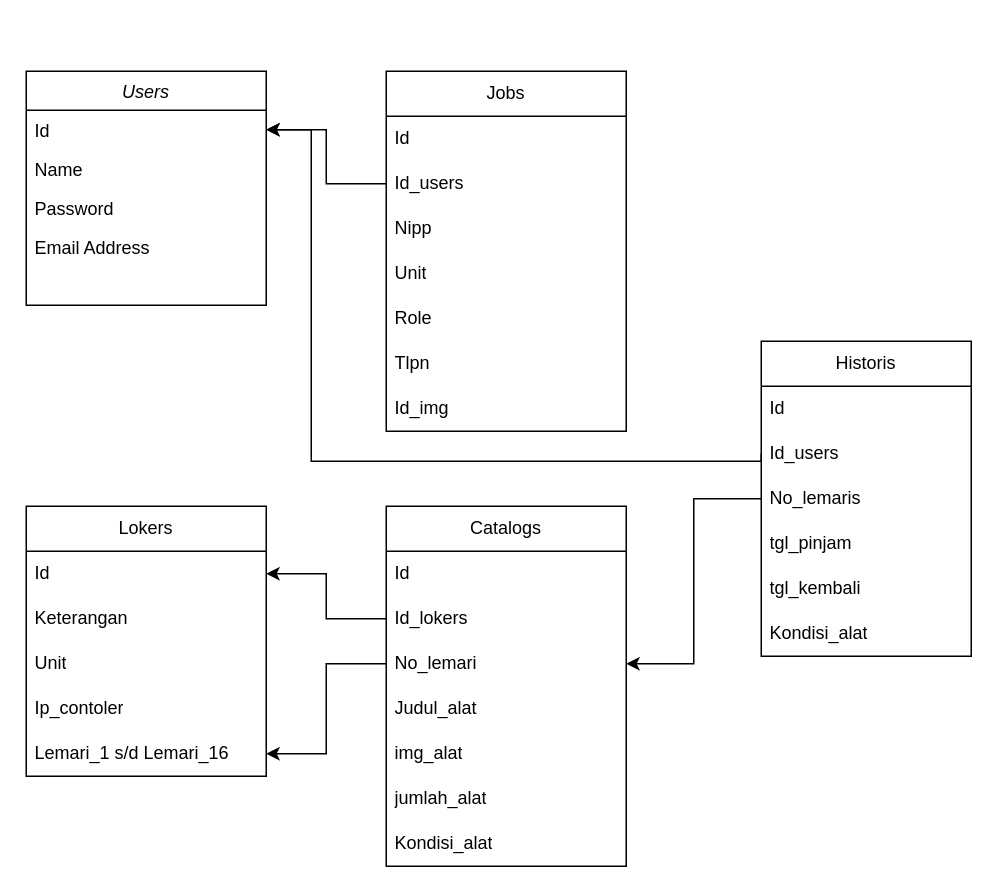
Earlier version of the draw.io diagram Diagram Tanpa Judul.drawio (ABanira/Lemari). Source tidied: cells renumbered, new cells numbered last; positions are measured from the earlier drawing's top-left corner, leaving out a move shared by most shapes. Both pictures are drawn from the tidied source at 150%, with x=0, y=0 at pixel (26, 70).
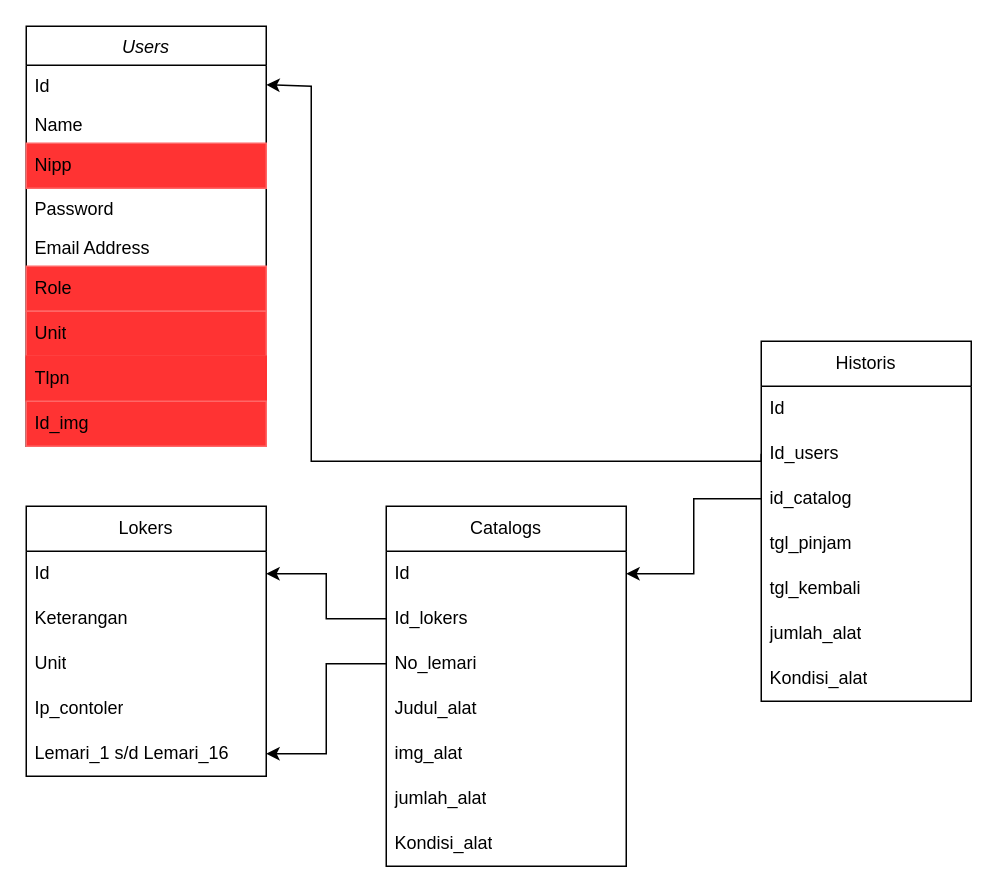
After the change.

The change refers to these unchanged cells:
```xml
<mxCell id="3" value="Id" style="text;align=left;verticalAlign=top;spacingLeft=4;spacingRight=4;overflow=hidden;points=[[0,0.5],[1,0.5]];portConstraint=eastwest;" parent="2" vertex="1">
  <mxGeometry y="26" width="160" height="26" as="geometry" />
</mxCell>
<mxCell id="23" value="Id" style="text;strokeColor=none;fillColor=none;align=left;verticalAlign=middle;spacingLeft=4;spacingRight=4;overflow=hidden;points=[[0,0.5],[1,0.5]];portConstraint=eastwest;whiteSpace=wrap;html=1;" parent="22" vertex="1">
  <mxGeometry y="30" width="160" height="30" as="geometry" />
</mxCell>
<mxCell id="25" value="No_lemari" style="text;strokeColor=none;fillColor=none;align=left;verticalAlign=middle;spacingLeft=4;spacingRight=4;overflow=hidden;points=[[0,0.5],[1,0.5]];portConstraint=eastwest;whiteSpace=wrap;html=1;" parent="22" vertex="1">
  <mxGeometry y="90" width="160" height="30" as="geometry" />
</mxCell>
<mxCell id="34" value="Id_users" style="text;strokeColor=none;fillColor=none;align=left;verticalAlign=middle;spacingLeft=4;spacingRight=4;overflow=hidden;points=[[0,0.5],[1,0.5]];portConstraint=eastwest;whiteSpace=wrap;html=1;" parent="32" vertex="1">
  <mxGeometry y="60" width="140" height="30" as="geometry" />
</mxCell>
```

Diff of the diagram source:
```diff
@@
     <mxCell id="2" value="Users" style="swimlane;fontStyle=2;align=center;verticalAlign=top;horizontal=1;startSize=26;rounded=0;shadow=0;strokeWidth=1;" parent="1" vertex="1">
-      <mxGeometry width="160" height="156" as="geometry" />
+      <mxGeometry y="-30" width="160" height="280" as="geometry" />
     </mxCell>
@@
+    <mxCell id="10" value="Nipp" style="text;strokeColor=#FF6666;fillColor=#FF3333;align=left;verticalAlign=middle;spacingLeft=4;spacingRight=4;overflow=hidden;whiteSpace=wrap;html=1;" parent="2" vertex="1">
+      <mxGeometry y="78" width="160" height="30" as="geometry" />
+    </mxCell>
     <mxCell id="5" value="Password" style="text;align=left;verticalAlign=top;spacingLeft=4;spacingRight=4;overflow=hidden;" parent="2" vertex="1">
-      <mxGeometry y="78" width="160" height="26" as="geometry" />
+      <mxGeometry y="108" width="160" height="26" as="geometry" />
     </mxCell>
     <mxCell id="6" value="Email Address" style="text;align=left;verticalAlign=top;spacingLeft=4;spacingRight=4;overflow=hidden;rounded=0;shadow=0;html=0;" parent="2" vertex="1">
-      <mxGeometry y="104" width="160" height="26" as="geometry" />
+      <mxGeometry y="134" width="160" height="26" as="geometry" />
     </mxCell>
-    <mxCell id="7" value="Jobs" style="swimlane;fontStyle=0;horizontal=1;startSize=30;whiteSpace=wrap;html=1;" parent="1" vertex="1">
-      <mxGeometry x="240" width="160" height="240" as="geometry" />
-    </mxCell>
-    <mxCell id="8" value="Id" style="text;strokeColor=none;fillColor=none;align=left;verticalAlign=middle;spacingLeft=4;spacingRight=4;overflow=hidden;whiteSpace=wrap;html=1;" parent="7" vertex="1">
-      <mxGeometry y="30" width="160" height="30" as="geometry" />
-    </mxCell>
-    <mxCell id="9" value="Id_users" style="text;strokeColor=none;fillColor=none;align=left;verticalAlign=middle;spacingLeft=4;spacingRight=4;overflow=hidden;points=[[0,0.5],[1,0.5]];portConstraint=eastwest;whiteSpace=wrap;html=1;" parent="7" vertex="1">
-      <mxGeometry y="60" width="160" height="30" as="geometry" />
-    </mxCell>
-    <mxCell id="10" value="Nipp" style="text;strokeColor=none;fillColor=none;align=left;verticalAlign=middle;spacingLeft=4;spacingRight=4;overflow=hidden;whiteSpace=wrap;html=1;" parent="7" vertex="1">
-      <mxGeometry y="90" width="160" height="30" as="geometry" />
-    </mxCell>
+    <mxCell id="12" value="Role" style="text;strokeColor=#FF6666;fillColor=#FF3333;align=left;verticalAlign=middle;spacingLeft=4;spacingRight=4;overflow=hidden;whiteSpace=wrap;html=1;" parent="2" vertex="1">
+      <mxGeometry y="160" width="160" height="30" as="geometry" />
+    </mxCell>
-    <mxCell id="11" value="Unit" style="text;strokeColor=none;fillColor=none;align=left;verticalAlign=middle;spacingLeft=4;spacingRight=4;overflow=hidden;whiteSpace=wrap;html=1;" parent="7" vertex="1">
-      <mxGeometry y="120" width="160" height="30" as="geometry" />
+    <mxCell id="11" value="Unit" style="text;strokeColor=#FF6666;fillColor=#FF3333;align=left;verticalAlign=middle;spacingLeft=4;spacingRight=4;overflow=hidden;whiteSpace=wrap;html=1;" parent="2" vertex="1">
+      <mxGeometry y="190" width="160" height="30" as="geometry" />
     </mxCell>
-    <mxCell id="12" value="Role" style="text;strokeColor=none;fillColor=none;align=left;verticalAlign=middle;spacingLeft=4;spacingRight=4;overflow=hidden;whiteSpace=wrap;html=1;" parent="7" vertex="1">
-      <mxGeometry y="150" width="160" height="30" as="geometry" />
-    </mxCell>
-    <mxCell id="13" value="Tlpn" style="text;strokeColor=none;fillColor=none;align=left;verticalAlign=middle;spacingLeft=4;spacingRight=4;overflow=hidden;whiteSpace=wrap;html=1;" parent="7" vertex="1">
-      <mxGeometry y="180" width="160" height="30" as="geometry" />
+    <mxCell id="13" value="Tlpn" style="text;strokeColor=#FF3333;fillColor=#FF3333;align=left;verticalAlign=middle;spacingLeft=4;spacingRight=4;overflow=hidden;whiteSpace=wrap;html=1;" parent="2" vertex="1">
+      <mxGeometry y="220" width="160" height="30" as="geometry" />
     </mxCell>
-    <mxCell id="14" value="Id_img" style="text;strokeColor=none;fillColor=none;align=left;verticalAlign=middle;spacingLeft=4;spacingRight=4;overflow=hidden;whiteSpace=wrap;html=1;" parent="7" vertex="1">
-      <mxGeometry y="210" width="160" height="30" as="geometry" />
+    <mxCell id="14" value="Id_img" style="text;strokeColor=#FF6666;fillColor=#FF3333;align=left;verticalAlign=middle;spacingLeft=4;spacingRight=4;overflow=hidden;whiteSpace=wrap;html=1;" parent="2" vertex="1">
+      <mxGeometry y="250" width="160" height="30" as="geometry" />
     </mxCell>
-    <mxCell id="15" style="edgeStyle=orthogonalEdgeStyle;rounded=0;jettySize=auto;html=1;exitX=0;exitY=0.5;exitDx=0;exitDy=0;" parent="1" edge="1" source="9" target="3">
-      <mxGeometry relative="1" as="geometry" />
-    </mxCell>
@@
     <mxCell id="32" value="Historis" style="swimlane;fontStyle=0;horizontal=1;startSize=30;whiteSpace=wrap;html=1;" parent="1" vertex="1">
-      <mxGeometry x="490" y="180" width="140" height="210" as="geometry" />
+      <mxGeometry x="490" y="180" width="140" height="240" as="geometry" />
     </mxCell>
@@
-    <mxCell id="35" value="No_lemaris" style="text;strokeColor=none;fillColor=none;align=left;verticalAlign=middle;spacingLeft=4;spacingRight=4;overflow=hidden;points=[[0,0.5],[1,0.5]];portConstraint=eastwest;whiteSpace=wrap;html=1;" parent="32" vertex="1">
+    <mxCell id="35" value="id_catalog" style="text;strokeColor=none;fillColor=none;align=left;verticalAlign=middle;spacingLeft=4;spacingRight=4;overflow=hidden;points=[[0,0.5],[1,0.5]];portConstraint=eastwest;whiteSpace=wrap;html=1;" parent="32" vertex="1">
       <mxGeometry y="90" width="140" height="30" as="geometry" />
     </mxCell>
@@
+    <mxCell id="41" value="jumlah_alat" style="text;strokeColor=none;fillColor=none;align=left;verticalAlign=middle;spacingLeft=4;spacingRight=4;overflow=hidden;whiteSpace=wrap;html=1;" parent="32" vertex="1">
+      <mxGeometry y="180" width="140" height="30" as="geometry" />
+    </mxCell>
     <mxCell id="38" value="Kondisi_alat" style="text;strokeColor=none;fillColor=none;align=left;verticalAlign=middle;spacingLeft=4;spacingRight=4;overflow=hidden;whiteSpace=wrap;html=1;" parent="32" vertex="1">
-      <mxGeometry y="180" width="140" height="30" as="geometry" />
+      <mxGeometry y="210" width="140" height="30" as="geometry" />
     </mxCell>
-    <mxCell id="39" style="edgeStyle=orthogonalEdgeStyle;rounded=0;jettySize=auto;html=1;exitX=0;exitY=0.5;exitDx=0;exitDy=0;" parent="1" edge="1" source="34" target="3">
+    <mxCell id="39" style="edgeStyle=orthogonalEdgeStyle;rounded=0;jettySize=auto;html=1;exitX=0;exitY=0.5;exitDx=0;exitDy=0;entryX=1;entryY=0.5;entryDx=0;entryDy=0;" parent="1" edge="1" source="34" target="3">
       <mxGeometry relative="1" as="geometry">
         <Array as="points">
           <mxPoint x="490" y="260" />
           <mxPoint x="190" y="260" />
-          <mxPoint x="190" y="39" />
+          <mxPoint x="190" y="10" />
         </Array>
       </mxGeometry>
     </mxCell>
-    <mxCell id="40" style="edgeStyle=orthogonalEdgeStyle;rounded=0;jettySize=auto;html=1;exitX=0;exitY=0.5;exitDx=0;exitDy=0;" parent="1" edge="1" source="35" target="25">
-      <mxGeometry relative="1" as="geometry" />
-    </mxCell>
+    <mxCell id="42" style="edgeStyle=orthogonalEdgeStyle;rounded=0;jettySize=auto;html=1;exitX=0;exitY=0.5;exitDx=0;exitDy=0;entryX=1;entryY=0.5;entryDx=0;entryDy=0;" parent="1" edge="1" source="35" target="23">
+      <mxGeometry relative="1" as="geometry" />
+    </mxCell>
```
